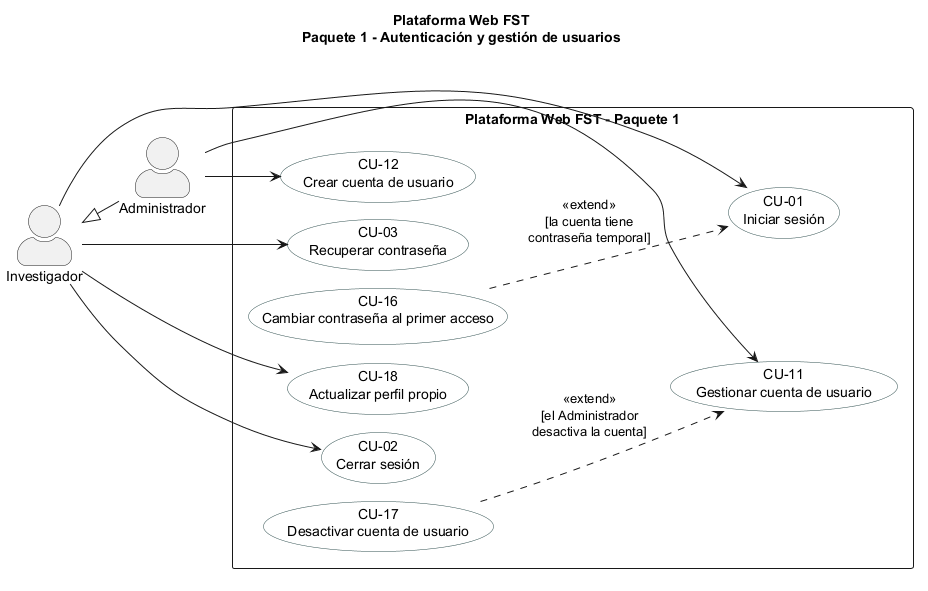
ErickJester/fst-ai-system-latex keeps this PlantUML diagram as figures/diagramas/cu_paquete1.png. Above is the earlier version. Source of this version:
```plantuml
@startuml
!pragma layout smetana
title Plataforma Web FST\nPaquete 1 - Autenticación y gestión de usuarios
left to right direction
skinparam packageStyle rectangle
skinparam actorStyle awesome
skinparam usecase {
  BackgroundColor White
  BorderColor DarkSlateGray
}
actor "Investigador" as INV
actor "Administrador" as ADMIN
INV <|-- ADMIN
rectangle "Plataforma Web FST - Paquete 1" {
  usecase "CU-01\nIniciar sesión" as CU01
  usecase "CU-02\nCerrar sesión" as CU02
  usecase "CU-03\nRecuperar contraseña" as CU03
  usecase "CU-16\nCambiar contraseña al primer acceso" as CU16
  usecase "CU-18\nActualizar perfil propio" as CU18
  usecase "CU-11\nGestionar cuenta de usuario" as CU11
  usecase "CU-12\nCrear cuenta de usuario" as CU12
  usecase "CU-17\nDesactivar cuenta de usuario" as CU17
}
INV --> CU01
INV --> CU02
INV --> CU03
INV --> CU18
ADMIN --> CU11
ADMIN --> CU12
CU16 ..> CU01 : <<extend>>\n[la cuenta tiene\ncontraseña temporal]
CU17 ..> CU11 : <<extend>>\n[el Administrador\ndesactiva la cuenta]
@enduml
```
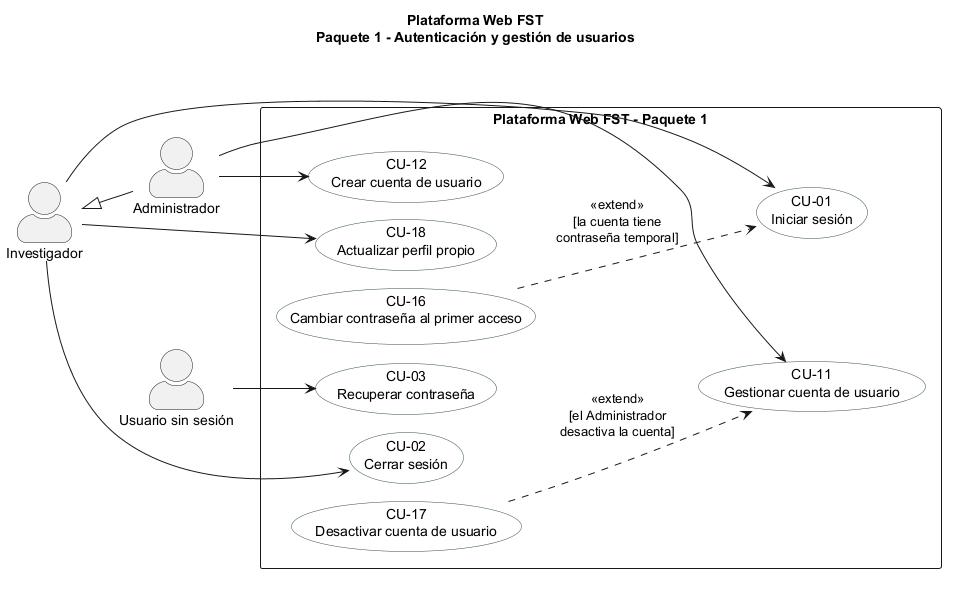
The same file after the commit.

The edit, as a diff of the source:
```diff
@@ -10,6 +10,7 @@
 }
 actor "Investigador" as INV
 actor "Administrador" as ADMIN
+actor "Usuario sin sesión" as USIN
 INV <|-- ADMIN
 rectangle "Plataforma Web FST - Paquete 1" {
   usecase "CU-01\nIniciar sesión" as CU01
@@ -23,7 +24,7 @@
 }
 INV --> CU01
 INV --> CU02
-INV --> CU03
+USIN --> CU03
 INV --> CU18
 ADMIN --> CU11
 ADMIN --> CU12
```
